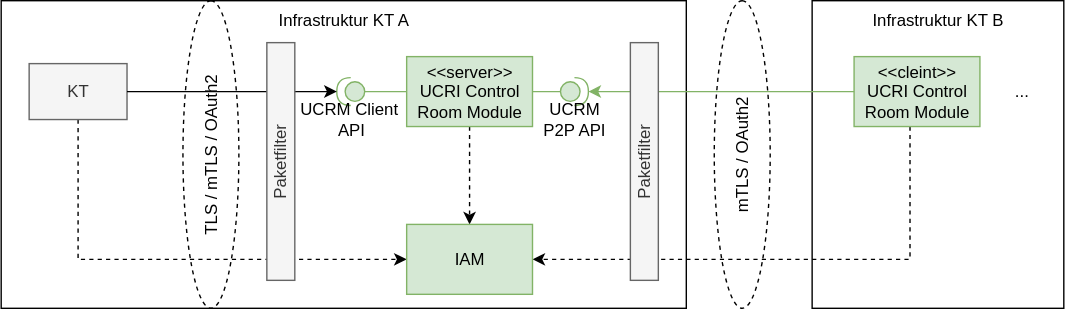
This is staging/spec/ucrm-protocol.drawio.svg from PMeV-EFUL/ucri2, a draw.io export, as it was before one commit. Source tidied: cells renumbered, new cells last; positions are measured from the earlier drawing's top-left corner, leaving out a move shared by most shapes.
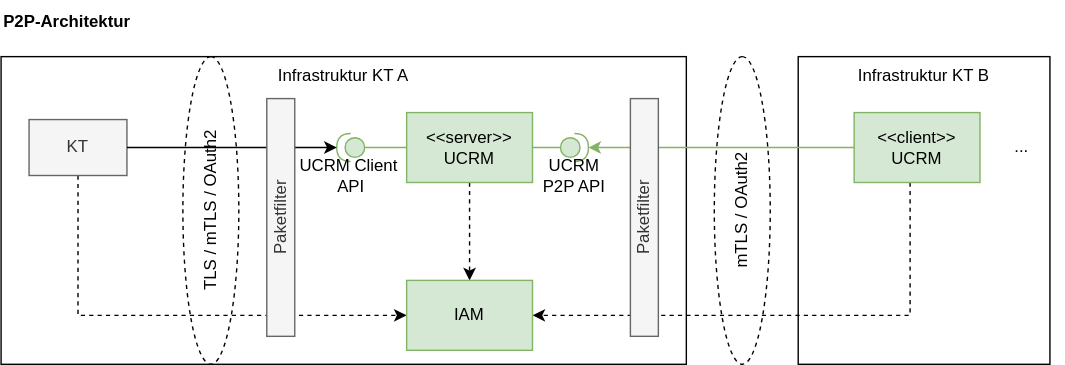
After the change.

Commit message:
fix: Kapitel Einleitung, Architektur, Kommunikationsprotokoll final

The edit, as a diff of the source:
```diff
@@ -10,7 +10,7 @@
       </mxGeometry>
     </mxCell>
     <mxCell id="3" value="Infrastruktur KT B" style="rounded=0;whiteSpace=wrap;html=1;fillColor=none;verticalAlign=top;" parent="1" vertex="1">
-      <mxGeometry x="580" width="180" height="220" as="geometry" />
+      <mxGeometry x="570" width="180" height="220" as="geometry" />
     </mxCell>
     <mxCell id="4" value="Infrastruktur KT A" style="rounded=0;whiteSpace=wrap;html=1;fillColor=none;verticalAlign=top;" parent="1" vertex="1">
       <mxGeometry width="490" height="220" as="geometry" />
@@ -39,7 +39,7 @@
         </Array>
       </mxGeometry>
     </mxCell>
-    <mxCell id="10" value="&lt;div&gt;&amp;lt;&amp;lt;server&amp;gt;&amp;gt;&lt;/div&gt;UCRI Control Room Module" style="rounded=0;whiteSpace=wrap;html=1;fillColor=#d5e8d4;strokeColor=#82b366;" parent="1" vertex="1">
+    <mxCell id="10" value="&lt;div&gt;&amp;lt;&amp;lt;server&amp;gt;&amp;gt;&lt;/div&gt;&lt;div&gt;UCRM&lt;/div&gt;" style="rounded=0;whiteSpace=wrap;html=1;fillColor=#d5e8d4;strokeColor=#82b366;" parent="1" vertex="1">
       <mxGeometry x="290" y="40" width="90" height="50" as="geometry" />
     </mxCell>
     <mxCell id="11" style="edgeStyle=orthogonalEdgeStyle;rounded=0;jettySize=auto;html=1;endArrow=none;endFill=0;fillColor=#d5e8d4;strokeColor=#82b366;" parent="1" edge="1" source="12" target="10">
@@ -48,7 +48,7 @@
     <mxCell id="12" style="shape=providedRequiredInterface;html=1;verticalLabelPosition=bottom;sketch=0;direction=west;fillColor=#d5e8d4;strokeColor=#82b366;rotation=-180;" parent="1" vertex="1">
       <mxGeometry x="400" y="55" width="20" height="20" as="geometry" />
     </mxCell>
-    <mxCell id="13" value="&lt;div&gt;&amp;lt;&amp;lt;cleint&amp;gt;&amp;gt;&lt;/div&gt;UCRI Control Room Module" style="rounded=0;whiteSpace=wrap;html=1;fillColor=#d5e8d4;strokeColor=#82b366;" parent="1" vertex="1">
+    <mxCell id="13" value="&lt;div&gt;&amp;lt;&amp;lt;client&amp;gt;&amp;gt;&lt;/div&gt;UCRM" style="rounded=0;whiteSpace=wrap;html=1;fillColor=#d5e8d4;strokeColor=#82b366;" parent="1" vertex="1">
       <mxGeometry x="610" y="40" width="90" height="50" as="geometry" />
     </mxCell>
     <mxCell id="14" value="..." style="text;html=1;strokeColor=none;fillColor=none;align=center;verticalAlign=middle;whiteSpace=wrap;rounded=0;" parent="1" vertex="1">
@@ -78,5 +78,8 @@
     <mxCell id="22" value="TLS / mTLS / OAuth2" style="ellipse;whiteSpace=wrap;html=1;rotation=-90;fillColor=none;dashed=1;" parent="1" vertex="1">
       <mxGeometry x="40" y="90" width="220" height="40" as="geometry" />
     </mxCell>
+    <mxCell id="23" value="&lt;b&gt;P2P-Architektur&lt;/b&gt;" style="text;html=1;whiteSpace=wrap;strokeColor=none;fillColor=none;align=left;verticalAlign=middle;rounded=0;" parent="1" vertex="1">
+      <mxGeometry y="-40" width="110" height="30" as="geometry" />
+    </mxCell>
   </root>
 </mxGraphModel>
```
